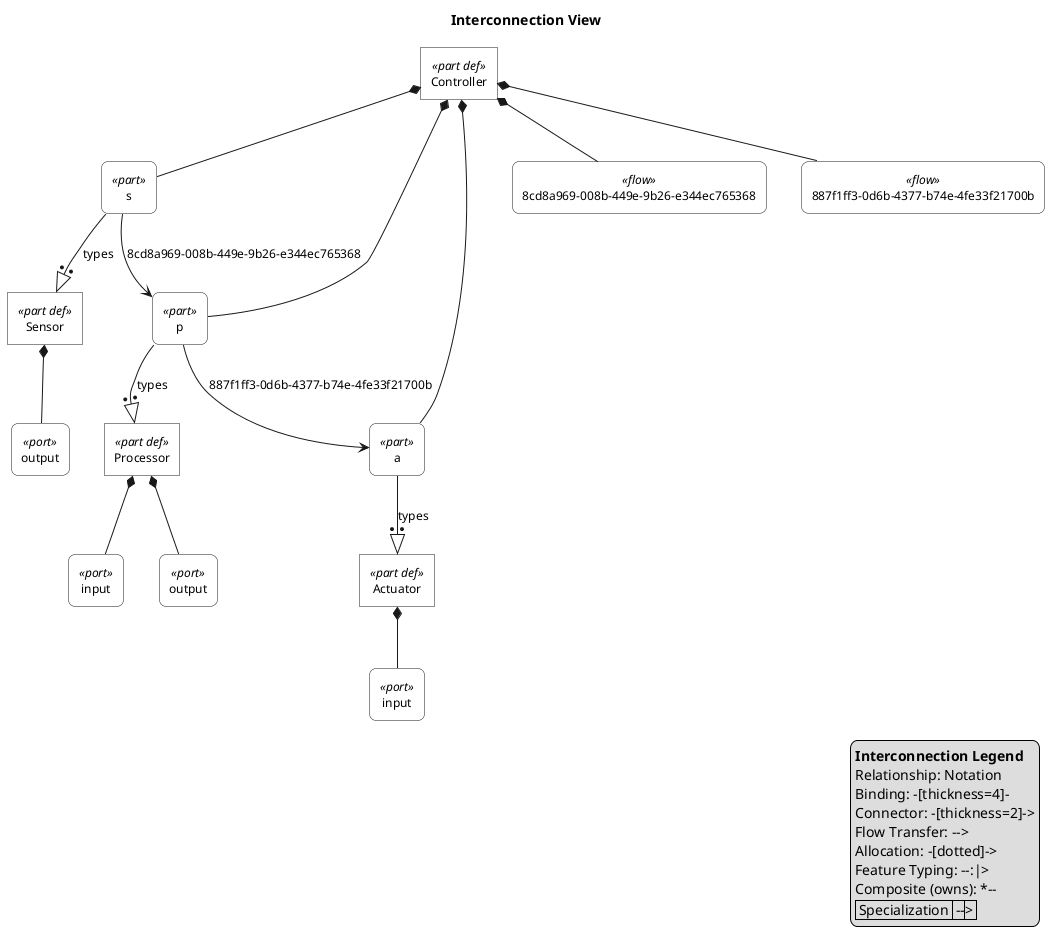
This is plantuml-examples/06-interconnection.png from mycr0ft/sysmlpy, a PlantUML export, as it was before one commit.
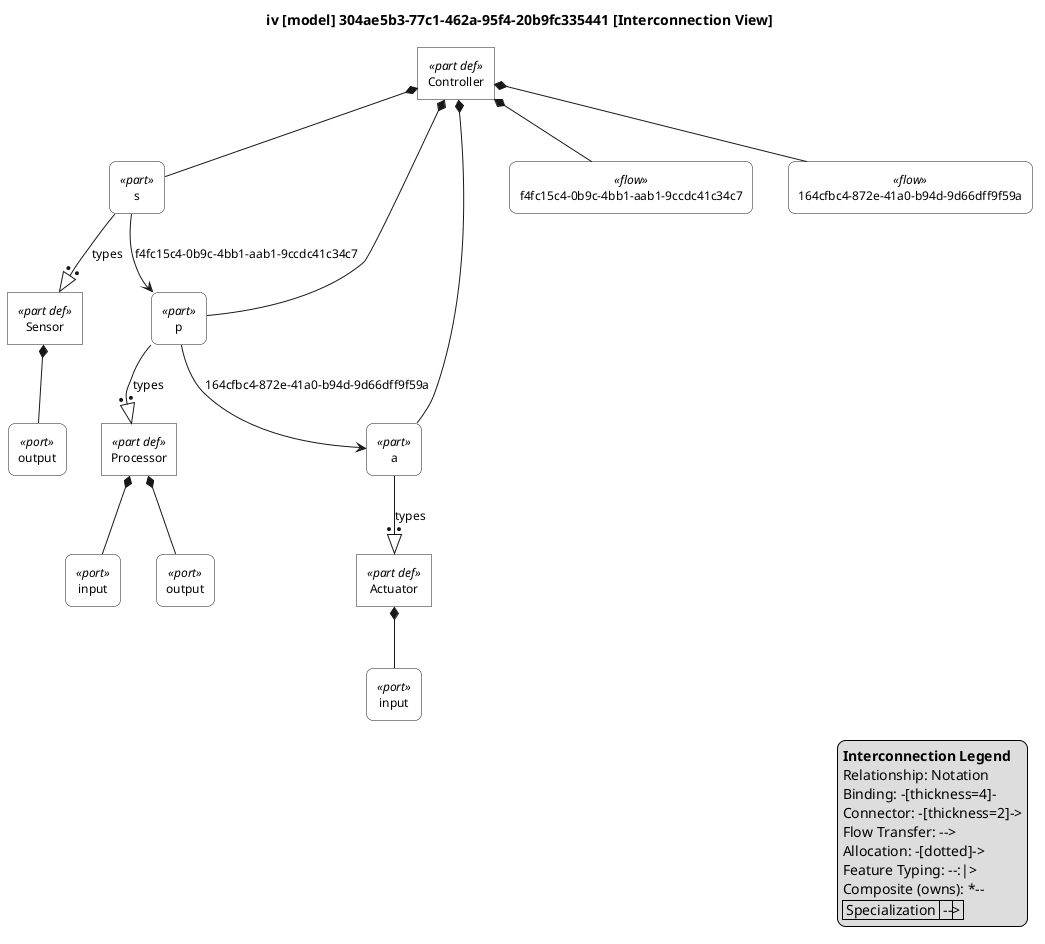
After the commit.

Change to the diagram source:
```diff
@@ -64,7 +64,7 @@
 
 top to bottom direction
 
-title Interconnection View
+title iv [model] 304ae5b3-77c1-462a-95f4-20b9fc335441 [Interconnection View]
 
 hide circle
 
@@ -79,8 +79,8 @@
 rectangle "s" as E9 <<part>>
 rectangle "p" as E10 <<part>>
 rectangle "a" as E11 <<part>>
-rectangle "8cd8a969-008b-449e-9b26-e344ec765368" as E12 <<flow>>
-rectangle "887f1ff3-0d6b-4377-b74e-4fe33f21700b" as E13 <<flow>>
+rectangle "f4fc15c4-0b9c-4bb1-aab1-9ccdc41c34c7" as E12 <<flow>>
+rectangle "164cfbc4-872e-41a0-b94d-9d66dff9f59a" as E13 <<flow>>
 
 E1 *-- E2
 E3 *-- E4
@@ -95,8 +95,8 @@
 E8 *-- E12
 E8 *-- E13
 
-E9 --> E10 : 8cd8a969-008b-449e-9b26-e344ec765368
-E10 --> E11 : 887f1ff3-0d6b-4377-b74e-4fe33f21700b
+E9 --> E10 : f4fc15c4-0b9c-4bb1-aab1-9ccdc41c34c7
+E10 --> E11 : 164cfbc4-872e-41a0-b94d-9d66dff9f59a
 
 legend right
   <b>Interconnection Legend</b>
```
